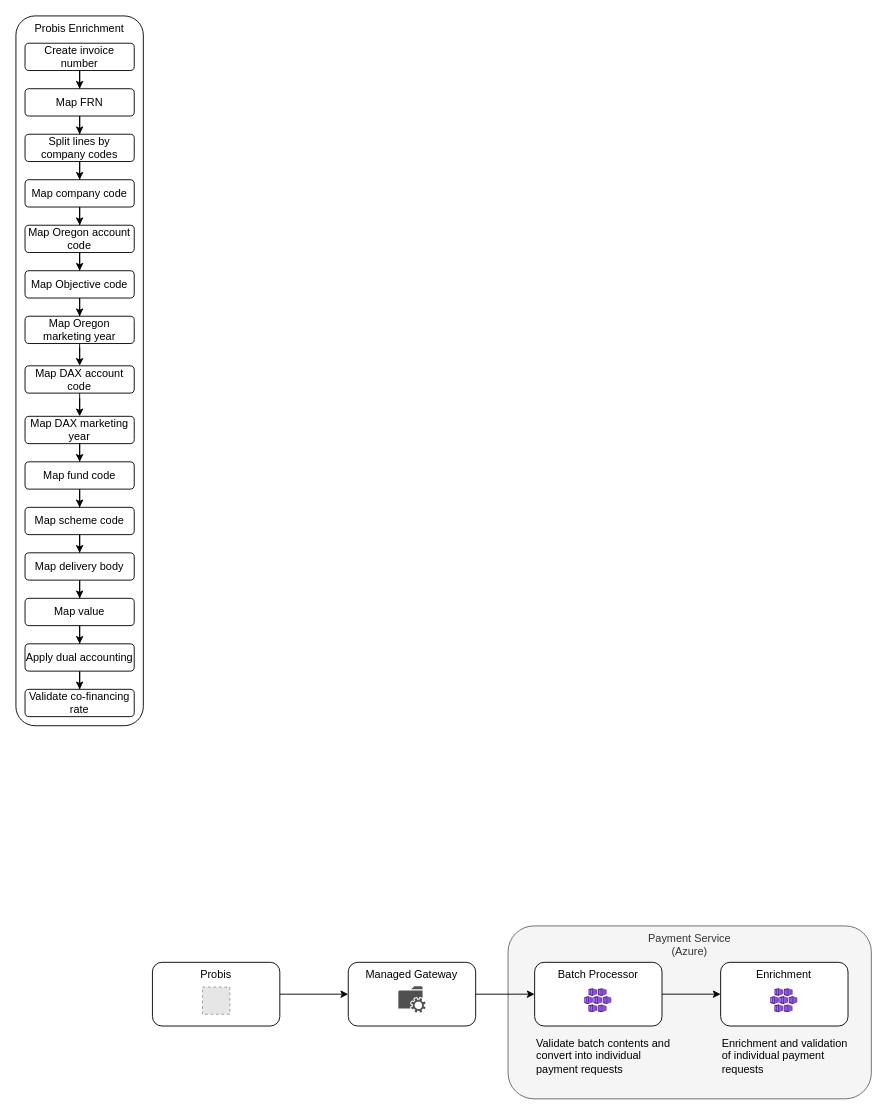
Earlier version of the draw.io diagram Payments/_integrations/probis.drawio (DEFRA/ffc-diagrams). Source tidied: cells renumbered, new cells numbered last; positions are measured from the earlier drawing's top-left corner, leaving out a move shared by most shapes. Both pictures are drawn from the tidied source at 91%, with x=0, y=0 at pixel (15, 15). Pictures stored in the file or linked from it are replaced by grey dashed boxes.
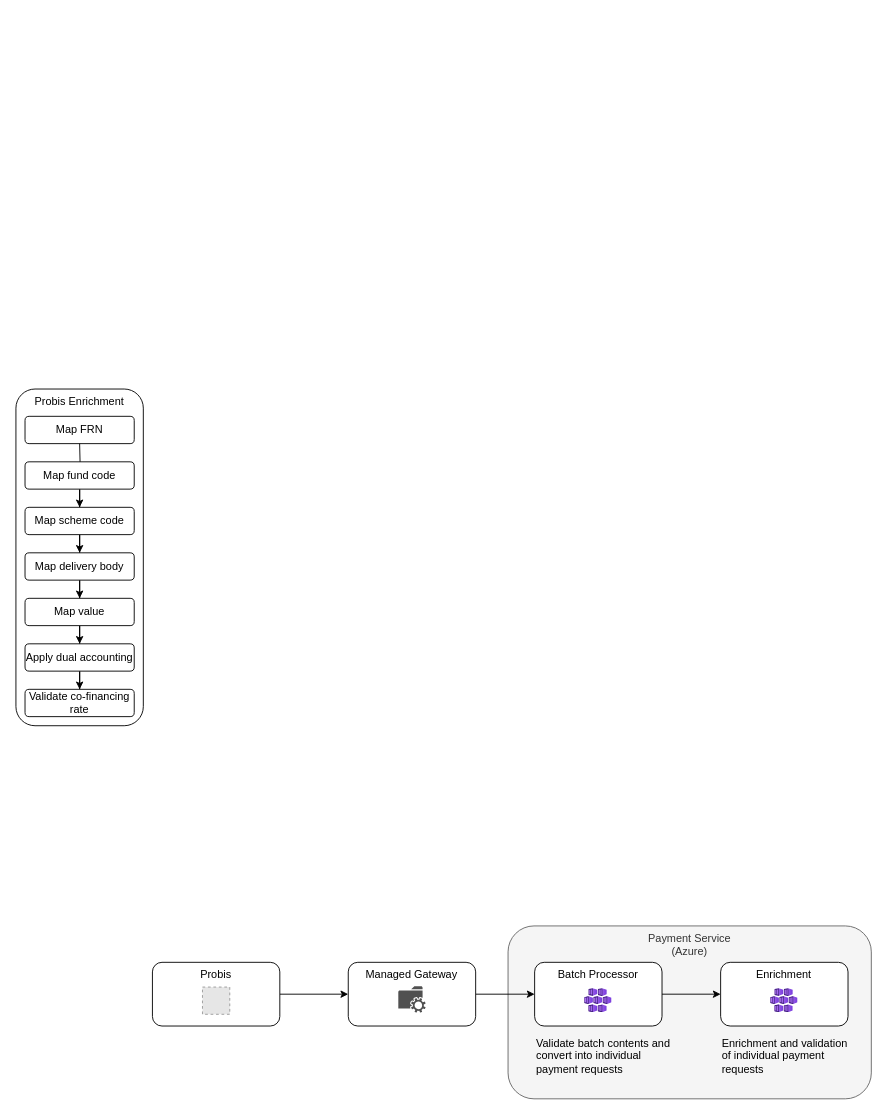
The same diagram, later.

Unchanged cells that the change refers to:
```xml
<mxCell id="22" value="Map fund code" style="rounded=1;whiteSpace=wrap;html=1;" parent="1" vertex="1">
  <mxGeometry x="10" y="490" width="120" height="30" as="geometry" />
</mxCell>
```

The edit, as a diff of the source:
```diff
@@
     <mxCell id="2" value="Probis Enrichment" style="rounded=1;whiteSpace=wrap;html=1;verticalAlign=top;" parent="1" vertex="1">
-      <mxGeometry width="140" height="780" as="geometry" />
+      <mxGeometry y="410" width="140" height="370" as="geometry" />
     </mxCell>
-    <mxCell id="3" style="edgeStyle=orthogonalEdgeStyle;rounded=0;jettySize=auto;html=1;" parent="1" edge="1" source="4" target="6">
-      <mxGeometry relative="1" as="geometry" />
-    </mxCell>
-    <mxCell id="4" value="Create invoice number" style="rounded=1;whiteSpace=wrap;html=1;" parent="1" vertex="1">
-      <mxGeometry x="10" y="30" width="120" height="30" as="geometry" />
-    </mxCell>
-    <mxCell id="5" style="edgeStyle=orthogonalEdgeStyle;rounded=0;jettySize=auto;html=1;" parent="1" edge="1" source="6" target="8">
-      <mxGeometry relative="1" as="geometry" />
-    </mxCell>
     <mxCell id="6" value="Map FRN" style="rounded=1;whiteSpace=wrap;html=1;" parent="1" vertex="1">
-      <mxGeometry x="10" y="80" width="120" height="30" as="geometry" />
+      <mxGeometry x="10" y="440" width="120" height="30" as="geometry" />
     </mxCell>
-    <mxCell id="7" style="edgeStyle=orthogonalEdgeStyle;rounded=0;jettySize=auto;html=1;" parent="1" edge="1" source="8" target="10">
-      <mxGeometry relative="1" as="geometry" />
-    </mxCell>
-    <mxCell id="8" value="Split lines by company codes" style="rounded=1;whiteSpace=wrap;html=1;" parent="1" vertex="1">
-      <mxGeometry x="10" y="130" width="120" height="30" as="geometry" />
-    </mxCell>
-    <mxCell id="9" style="edgeStyle=orthogonalEdgeStyle;rounded=0;jettySize=auto;html=1;" parent="1" edge="1" source="10" target="12">
-      <mxGeometry relative="1" as="geometry" />
-    </mxCell>
-    <mxCell id="10" value="Map company code" style="rounded=1;whiteSpace=wrap;html=1;" parent="1" vertex="1">
-      <mxGeometry x="10" y="180" width="120" height="30" as="geometry" />
-    </mxCell>
-    <mxCell id="11" style="edgeStyle=orthogonalEdgeStyle;rounded=0;jettySize=auto;html=1;" parent="1" edge="1" source="12" target="14">
-      <mxGeometry relative="1" as="geometry" />
-    </mxCell>
-    <mxCell id="12" value="Map Oregon account code" style="rounded=1;whiteSpace=wrap;html=1;" parent="1" vertex="1">
-      <mxGeometry x="10" y="230" width="120" height="30" as="geometry" />
-    </mxCell>
-    <mxCell id="13" style="edgeStyle=orthogonalEdgeStyle;rounded=0;jettySize=auto;html=1;" parent="1" edge="1" source="14" target="16">
-      <mxGeometry relative="1" as="geometry" />
-    </mxCell>
-    <mxCell id="14" value="Map Objective code" style="rounded=1;whiteSpace=wrap;html=1;" parent="1" vertex="1">
-      <mxGeometry x="10" y="280" width="120" height="30" as="geometry" />
-    </mxCell>
-    <mxCell id="15" style="edgeStyle=orthogonalEdgeStyle;rounded=0;jettySize=auto;html=1;" parent="1" edge="1" source="16" target="18">
-      <mxGeometry relative="1" as="geometry" />
-    </mxCell>
-    <mxCell id="16" value="Map Oregon marketing year" style="rounded=1;whiteSpace=wrap;html=1;" parent="1" vertex="1">
-      <mxGeometry x="10" y="330" width="120" height="30" as="geometry" />
-    </mxCell>
-    <mxCell id="17" style="edgeStyle=orthogonalEdgeStyle;rounded=0;jettySize=auto;html=1;" parent="1" edge="1" source="18" target="20">
-      <mxGeometry relative="1" as="geometry" />
-    </mxCell>
-    <mxCell id="18" value="Map DAX account code" style="rounded=1;whiteSpace=wrap;html=1;" parent="1" vertex="1">
-      <mxGeometry x="10" y="384.5" width="120" height="30" as="geometry" />
-    </mxCell>
-    <mxCell id="19" style="edgeStyle=orthogonalEdgeStyle;rounded=0;jettySize=auto;html=1;" parent="1" edge="1" source="20" target="22">
-      <mxGeometry relative="1" as="geometry" />
+    <mxCell id="19" style="edgeStyle=orthogonalEdgeStyle;rounded=0;jettySize=auto;html=1;" parent="1" edge="1" target="22">
+      <mxGeometry relative="1" as="geometry">
+        <mxPoint x="70" y="470" as="sourcePoint" />
+      </mxGeometry>
     </mxCell>
-    <mxCell id="20" value="Map DAX marketing year" style="rounded=1;whiteSpace=wrap;html=1;" parent="1" vertex="1">
-      <mxGeometry x="10" y="440" width="120" height="30" as="geometry" />
-    </mxCell>
```
